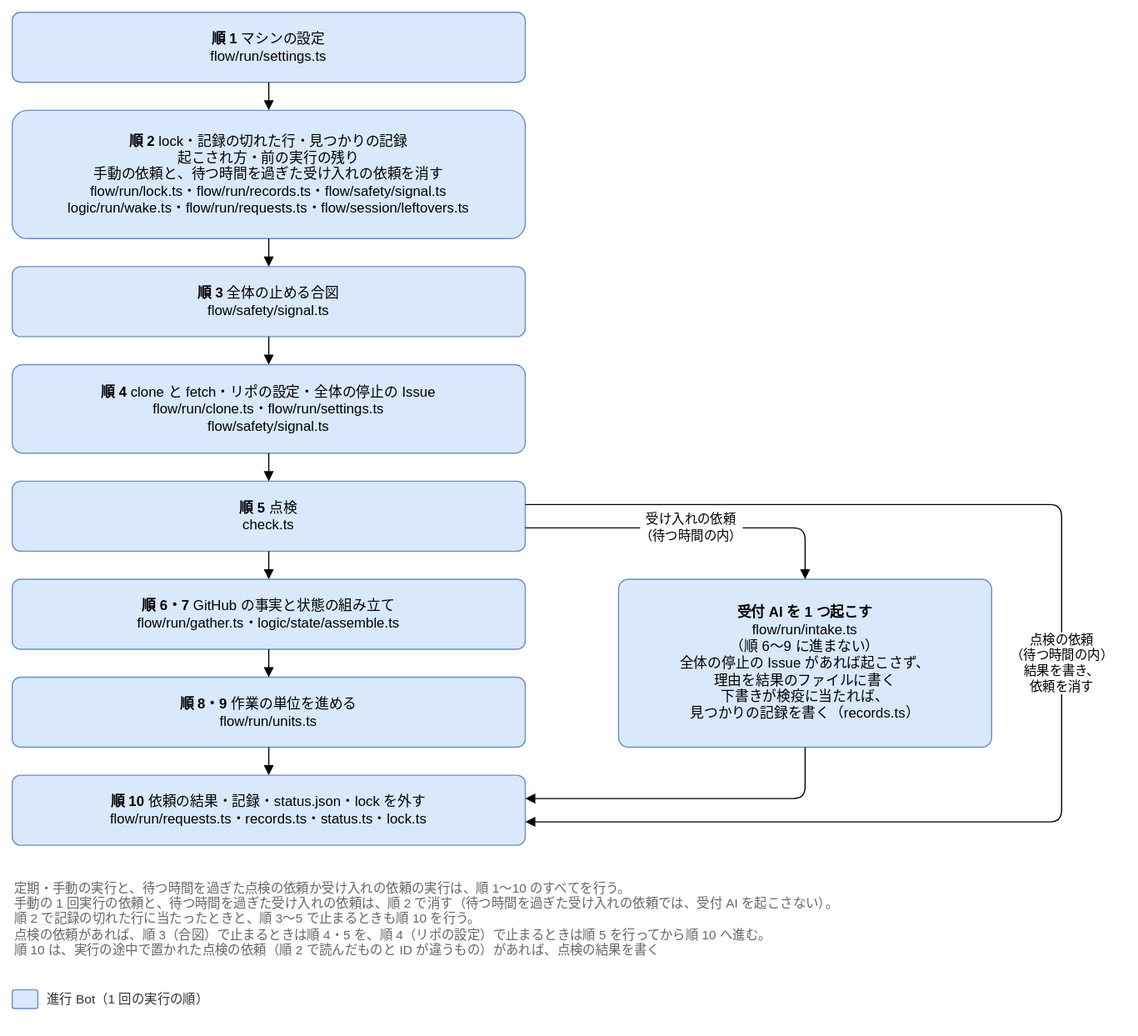
Joymerrevent/dev-autopilot keeps this draw.io diagram as docs/design/detailed/diagrams/08-run.drawio.svg. Above is the earlier version. Source tidied: cells renumbered, new cells last; positions are measured from the earlier drawing's top-left corner, leaving out a move shared by most shapes. Source of this version:
```xml
<mxGraphModel background="#ffffff">
  <root>
    <mxCell id="0" />
    <mxCell id="1" parent="0" />
    <mxCell id="2" value="&lt;b&gt;順 1&lt;/b&gt; マシンの設定&lt;br&gt;flow/run/settings.ts" style="rounded=1;whiteSpace=wrap;html=1;fontSize=12;arcSize=12;spacing=12;fillColor=#dae8fc;strokeColor=#6c8ebf;" parent="1" vertex="1">
      <mxGeometry width="440" height="60" as="geometry" />
    </mxCell>
    <mxCell id="3" value="&lt;b&gt;順 2&lt;/b&gt; lock・記録の切れた行・見つかりの記録&lt;br&gt;起こされ方・前の実行の残り&lt;br&gt;手動の依頼と、待つ時間を過ぎた受け入れの依頼を消す&lt;br&gt;flow/run/lock.ts・flow/run/records.ts・flow/safety/signal.ts&lt;br&gt;logic/run/wake.ts・flow/run/requests.ts・flow/session/leftovers.ts" style="rounded=1;whiteSpace=wrap;html=1;fontSize=12;arcSize=12;spacing=12;fillColor=#dae8fc;strokeColor=#6c8ebf;" parent="1" vertex="1">
      <mxGeometry y="84" width="440" height="110" as="geometry" />
    </mxCell>
    <mxCell id="4" style="edgeStyle=orthogonalEdgeStyle;rounded=1;html=1;endArrow=block;endFill=1;fontSize=11;labelBackgroundColor=#ffffff;exitX=0.5;exitY=1;exitDx=0;exitDy=0;entryX=0.5;entryY=0;entryDx=0;entryDy=0;" parent="1" edge="1" source="2" target="3">
      <mxGeometry relative="1" as="geometry" />
    </mxCell>
    <mxCell id="5" value="&lt;b&gt;順 3&lt;/b&gt; 全体の止める合図&lt;br&gt;flow/safety/signal.ts" style="rounded=1;whiteSpace=wrap;html=1;fontSize=12;arcSize=12;spacing=12;fillColor=#dae8fc;strokeColor=#6c8ebf;" parent="1" vertex="1">
      <mxGeometry y="218" width="440" height="60" as="geometry" />
    </mxCell>
    <mxCell id="6" style="edgeStyle=orthogonalEdgeStyle;rounded=1;html=1;endArrow=block;endFill=1;fontSize=11;labelBackgroundColor=#ffffff;exitX=0.5;exitY=1;exitDx=0;exitDy=0;entryX=0.5;entryY=0;entryDx=0;entryDy=0;" parent="1" edge="1" source="3" target="5">
      <mxGeometry relative="1" as="geometry" />
    </mxCell>
    <mxCell id="7" value="&lt;b&gt;順 4&lt;/b&gt; clone と fetch・リポの設定・全体の停止の Issue&lt;br&gt;flow/run/clone.ts・flow/run/settings.ts&lt;br&gt;flow/safety/signal.ts" style="rounded=1;whiteSpace=wrap;html=1;fontSize=12;arcSize=12;spacing=12;fillColor=#dae8fc;strokeColor=#6c8ebf;" parent="1" vertex="1">
      <mxGeometry y="302" width="440" height="76" as="geometry" />
    </mxCell>
    <mxCell id="8" style="edgeStyle=orthogonalEdgeStyle;rounded=1;html=1;endArrow=block;endFill=1;fontSize=11;labelBackgroundColor=#ffffff;exitX=0.5;exitY=1;exitDx=0;exitDy=0;entryX=0.5;entryY=0;entryDx=0;entryDy=0;" parent="1" edge="1" source="5" target="7">
      <mxGeometry relative="1" as="geometry" />
    </mxCell>
    <mxCell id="9" value="&lt;b&gt;順 5&lt;/b&gt; 点検&lt;br&gt;check.ts" style="rounded=1;whiteSpace=wrap;html=1;fontSize=12;arcSize=12;spacing=12;fillColor=#dae8fc;strokeColor=#6c8ebf;" parent="1" vertex="1">
      <mxGeometry y="402" width="440" height="60" as="geometry" />
    </mxCell>
    <mxCell id="10" style="edgeStyle=orthogonalEdgeStyle;rounded=1;html=1;endArrow=block;endFill=1;fontSize=11;labelBackgroundColor=#ffffff;exitX=0.5;exitY=1;exitDx=0;exitDy=0;entryX=0.5;entryY=0;entryDx=0;entryDy=0;" parent="1" edge="1" source="7" target="9">
      <mxGeometry relative="1" as="geometry" />
    </mxCell>
    <mxCell id="11" value="&lt;b&gt;順 6・7&lt;/b&gt; GitHub の事実と状態の組み立て&lt;br&gt;flow/run/gather.ts・logic/state/assemble.ts" style="rounded=1;whiteSpace=wrap;html=1;fontSize=12;arcSize=12;spacing=12;fillColor=#dae8fc;strokeColor=#6c8ebf;" parent="1" vertex="1">
      <mxGeometry y="486" width="440" height="60" as="geometry" />
    </mxCell>
    <mxCell id="12" style="edgeStyle=orthogonalEdgeStyle;rounded=1;html=1;endArrow=block;endFill=1;fontSize=11;labelBackgroundColor=#ffffff;exitX=0.5;exitY=1;exitDx=0;exitDy=0;entryX=0.5;entryY=0;entryDx=0;entryDy=0;" parent="1" edge="1" source="9" target="11">
      <mxGeometry relative="1" as="geometry" />
    </mxCell>
    <mxCell id="13" value="&lt;b&gt;順 8・9&lt;/b&gt; 作業の単位を進める&lt;br&gt;flow/run/units.ts" style="rounded=1;whiteSpace=wrap;html=1;fontSize=12;arcSize=12;spacing=12;fillColor=#dae8fc;strokeColor=#6c8ebf;" parent="1" vertex="1">
      <mxGeometry y="570" width="440" height="60" as="geometry" />
    </mxCell>
    <mxCell id="14" style="edgeStyle=orthogonalEdgeStyle;rounded=1;html=1;endArrow=block;endFill=1;fontSize=11;labelBackgroundColor=#ffffff;exitX=0.5;exitY=1;exitDx=0;exitDy=0;entryX=0.5;entryY=0;entryDx=0;entryDy=0;" parent="1" edge="1" source="11" target="13">
      <mxGeometry relative="1" as="geometry" />
    </mxCell>
    <mxCell id="15" value="&lt;b&gt;順 10&lt;/b&gt; 依頼の結果・記録・status.json・lock を外す&lt;br&gt;flow/run/requests.ts・records.ts・status.ts・lock.ts" style="rounded=1;whiteSpace=wrap;html=1;fontSize=12;arcSize=12;spacing=12;fillColor=#dae8fc;strokeColor=#6c8ebf;" parent="1" vertex="1">
      <mxGeometry y="654" width="440" height="60" as="geometry" />
    </mxCell>
    <mxCell id="16" style="edgeStyle=orthogonalEdgeStyle;rounded=1;html=1;endArrow=block;endFill=1;fontSize=11;labelBackgroundColor=#ffffff;exitX=0.5;exitY=1;exitDx=0;exitDy=0;entryX=0.5;entryY=0;entryDx=0;entryDy=0;" parent="1" edge="1" source="13" target="15">
      <mxGeometry relative="1" as="geometry" />
    </mxCell>
    <mxCell id="17" value="&lt;b&gt;受付 AI を 1 つ起こす&lt;/b&gt;&lt;br&gt;flow/run/intake.ts&lt;br&gt;（順 6〜9 に進まない）&lt;br&gt;全体の停止の Issue があれば起こさず、&lt;br&gt;理由を結果のファイルに書く&lt;br&gt;下書きが検疫に当たれば、&lt;br&gt;見つかりの記録を書く（records.ts）" style="rounded=1;whiteSpace=wrap;html=1;fontSize=12;arcSize=12;spacing=12;fillColor=#dae8fc;strokeColor=#6c8ebf;arcSize=6;" parent="1" vertex="1">
      <mxGeometry x="520" y="486" width="320" height="144" as="geometry" />
    </mxCell>
    <mxCell id="18" value="受け入れの依頼&lt;br&gt;（待つ時間の内）" style="edgeStyle=orthogonalEdgeStyle;rounded=1;html=1;endArrow=block;endFill=1;fontSize=11;labelBackgroundColor=#ffffff;exitX=1;exitY=0.6666666666666666;exitDx=0;exitDy=0;entryX=0.5;entryY=0;entryDx=0;entryDy=0;" parent="1" edge="1" source="9" target="17">
      <mxGeometry relative="1" as="geometry">
        <Array as="points">
          <mxPoint x="680" y="442" />
        </Array>
      </mxGeometry>
    </mxCell>
    <mxCell id="19" style="edgeStyle=orthogonalEdgeStyle;rounded=1;html=1;endArrow=block;endFill=1;fontSize=11;labelBackgroundColor=#ffffff;exitX=0.5;exitY=1;exitDx=0;exitDy=0;entryX=1;entryY=0.3333333333333333;entryDx=0;entryDy=0;" parent="1" edge="1" source="17" target="15">
      <mxGeometry relative="1" as="geometry">
        <Array as="points">
          <mxPoint x="680" y="674" />
        </Array>
      </mxGeometry>
    </mxCell>
    <mxCell id="20" value="点検の依頼&lt;br&gt;（待つ時間の内）&lt;br&gt;結果を書き、&lt;br&gt;依頼を消す" style="edgeStyle=orthogonalEdgeStyle;rounded=1;html=1;endArrow=block;endFill=1;fontSize=11;labelBackgroundColor=#ffffff;exitX=1;exitY=0.3333333333333333;exitDx=0;exitDy=0;entryX=1;entryY=0.6666666666666666;entryDx=0;entryDy=0;" parent="1" edge="1" source="9" target="15">
      <mxGeometry relative="1" as="geometry">
        <Array as="points">
          <mxPoint x="900" y="422" />
          <mxPoint x="900" y="694" />
        </Array>
      </mxGeometry>
    </mxCell>
    <mxCell id="21" value="定期・手動の実行と、待つ時間を過ぎた点検の依頼か受け入れの依頼の実行は、順 1〜10 のすべてを行う。&lt;br&gt;手動の 1 回実行の依頼と、待つ時間を過ぎた受け入れの依頼は、順 2 で消す（待つ時間を過ぎた受け入れの依頼では、受付 AI を起こさない）。&lt;br&gt;順 2 で記録の切れた行に当たったときと、順 3〜5 で止まるときも順 10 を行う。&lt;br&gt;点検の依頼があれば、順 3（合図）で止まるときは順 4・5 を、順 4（リポの設定）で止まるときは順 5 を行ってから順 10 へ進む。&lt;br&gt;順 10 は、実行の途中で置かれた点検の依頼（順 2 で読んだものと ID が違うもの）があれば、点検の結果を書く" style="text;html=1;whiteSpace=wrap;align=left;verticalAlign=top;fontSize=11;fontColor=#666666;" parent="1" vertex="1">
      <mxGeometry y="738" width="920" height="84" as="geometry" />
    </mxCell>
    <mxCell id="22" style="rounded=1;whiteSpace=wrap;html=1;fontSize=12;arcSize=12;spacing=12;fillColor=#dae8fc;strokeColor=#6c8ebf;" parent="1" vertex="1">
      <mxGeometry y="838" width="22" height="16" as="geometry" />
    </mxCell>
    <mxCell id="23" value="進行 Bot（1 回の実行の順）" style="text;html=1;align=left;verticalAlign=middle;fontSize=11;fontColor=#333333;" parent="1" vertex="1">
      <mxGeometry x="28" y="836" width="160" height="20" as="geometry" />
    </mxCell>
  </root>
</mxGraphModel>
```
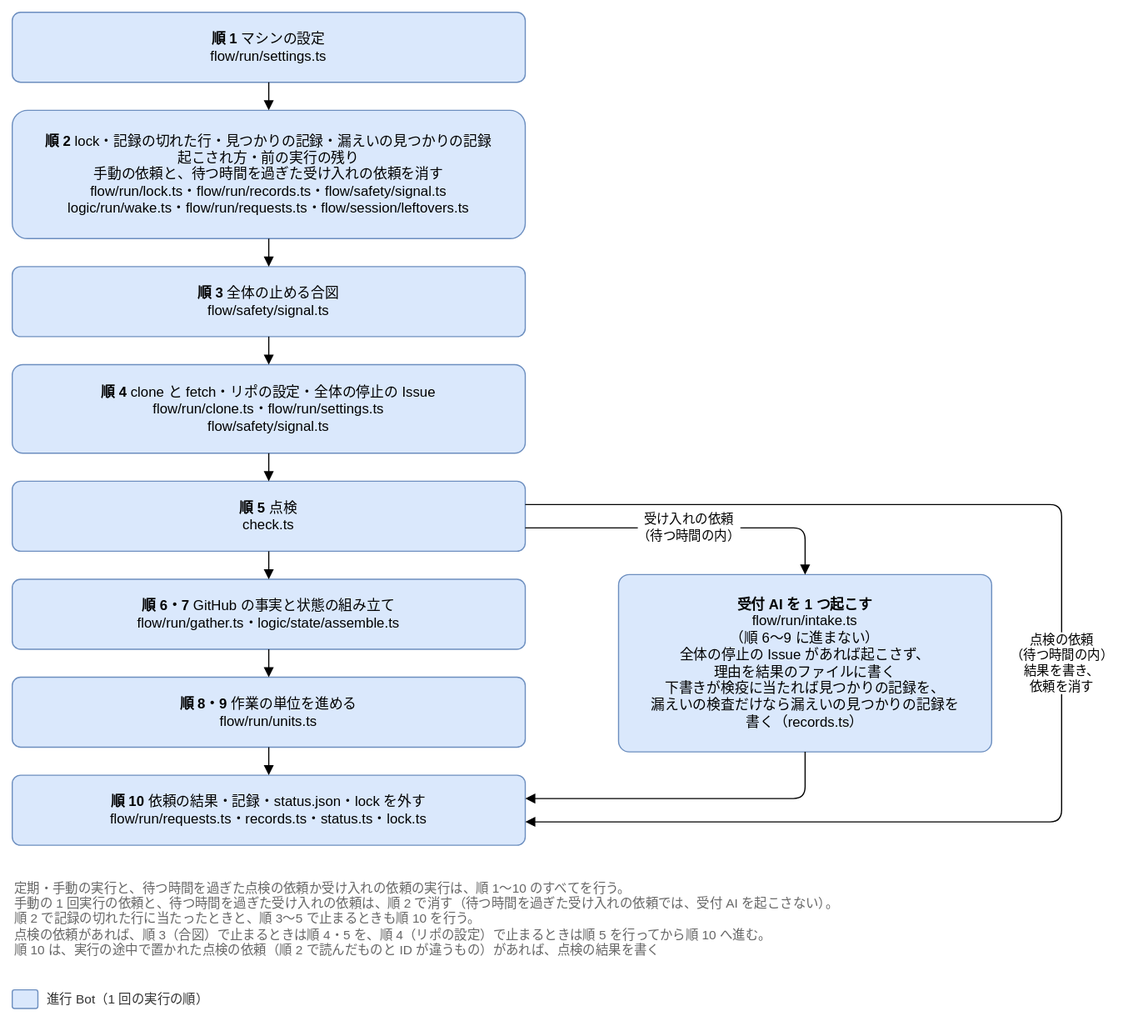
After the commit.

What changed in the source:
```diff
@@ -5,7 +5,7 @@
     <mxCell id="2" value="&lt;b&gt;順 1&lt;/b&gt; マシンの設定&lt;br&gt;flow/run/settings.ts" style="rounded=1;whiteSpace=wrap;html=1;fontSize=12;arcSize=12;spacing=12;fillColor=#dae8fc;strokeColor=#6c8ebf;" parent="1" vertex="1">
       <mxGeometry width="440" height="60" as="geometry" />
     </mxCell>
-    <mxCell id="3" value="&lt;b&gt;順 2&lt;/b&gt; lock・記録の切れた行・見つかりの記録&lt;br&gt;起こされ方・前の実行の残り&lt;br&gt;手動の依頼と、待つ時間を過ぎた受け入れの依頼を消す&lt;br&gt;flow/run/lock.ts・flow/run/records.ts・flow/safety/signal.ts&lt;br&gt;logic/run/wake.ts・flow/run/requests.ts・flow/session/leftovers.ts" style="rounded=1;whiteSpace=wrap;html=1;fontSize=12;arcSize=12;spacing=12;fillColor=#dae8fc;strokeColor=#6c8ebf;" parent="1" vertex="1">
+    <mxCell id="3" value="&lt;b&gt;順 2&lt;/b&gt; lock・記録の切れた行・見つかりの記録・漏えいの見つかりの記録&lt;br&gt;起こされ方・前の実行の残り&lt;br&gt;手動の依頼と、待つ時間を過ぎた受け入れの依頼を消す&lt;br&gt;flow/run/lock.ts・flow/run/records.ts・flow/safety/signal.ts&lt;br&gt;logic/run/wake.ts・flow/run/requests.ts・flow/session/leftovers.ts" style="rounded=1;whiteSpace=wrap;html=1;fontSize=12;arcSize=12;spacing=12;fillColor=#dae8fc;strokeColor=#6c8ebf;" parent="1" vertex="1">
       <mxGeometry y="84" width="440" height="110" as="geometry" />
     </mxCell>
     <mxCell id="4" style="edgeStyle=orthogonalEdgeStyle;rounded=1;html=1;endArrow=block;endFill=1;fontSize=11;labelBackgroundColor=#ffffff;exitX=0.5;exitY=1;exitDx=0;exitDy=0;entryX=0.5;entryY=0;entryDx=0;entryDy=0;" parent="1" edge="1" source="2" target="3">
@@ -47,8 +47,8 @@
     <mxCell id="16" style="edgeStyle=orthogonalEdgeStyle;rounded=1;html=1;endArrow=block;endFill=1;fontSize=11;labelBackgroundColor=#ffffff;exitX=0.5;exitY=1;exitDx=0;exitDy=0;entryX=0.5;entryY=0;entryDx=0;entryDy=0;" parent="1" edge="1" source="13" target="15">
       <mxGeometry relative="1" as="geometry" />
     </mxCell>
-    <mxCell id="17" value="&lt;b&gt;受付 AI を 1 つ起こす&lt;/b&gt;&lt;br&gt;flow/run/intake.ts&lt;br&gt;（順 6〜9 に進まない）&lt;br&gt;全体の停止の Issue があれば起こさず、&lt;br&gt;理由を結果のファイルに書く&lt;br&gt;下書きが検疫に当たれば、&lt;br&gt;見つかりの記録を書く（records.ts）" style="rounded=1;whiteSpace=wrap;html=1;fontSize=12;arcSize=12;spacing=12;fillColor=#dae8fc;strokeColor=#6c8ebf;arcSize=6;" parent="1" vertex="1">
-      <mxGeometry x="520" y="486" width="320" height="144" as="geometry" />
+    <mxCell id="17" value="&lt;b&gt;受付 AI を 1 つ起こす&lt;/b&gt;&lt;br&gt;flow/run/intake.ts&lt;br&gt;（順 6〜9 に進まない）&lt;br&gt;全体の停止の Issue があれば起こさず、&lt;br&gt;理由を結果のファイルに書く&lt;br&gt;下書きが検疫に当たれば見つかりの記録を、&lt;br&gt;漏えいの検査だけなら漏えいの見つかりの記録を&lt;br&gt;書く（records.ts）" style="rounded=1;whiteSpace=wrap;html=1;fontSize=12;arcSize=12;spacing=12;fillColor=#dae8fc;strokeColor=#6c8ebf;arcSize=6;" parent="1" vertex="1">
+      <mxGeometry x="520" y="482" width="320" height="152" as="geometry" />
     </mxCell>
     <mxCell id="18" value="受け入れの依頼&lt;br&gt;（待つ時間の内）" style="edgeStyle=orthogonalEdgeStyle;rounded=1;html=1;endArrow=block;endFill=1;fontSize=11;labelBackgroundColor=#ffffff;exitX=1;exitY=0.6666666666666666;exitDx=0;exitDy=0;entryX=0.5;entryY=0;entryDx=0;entryDy=0;" parent="1" edge="1" source="9" target="17">
       <mxGeometry relative="1" as="geometry">
```
